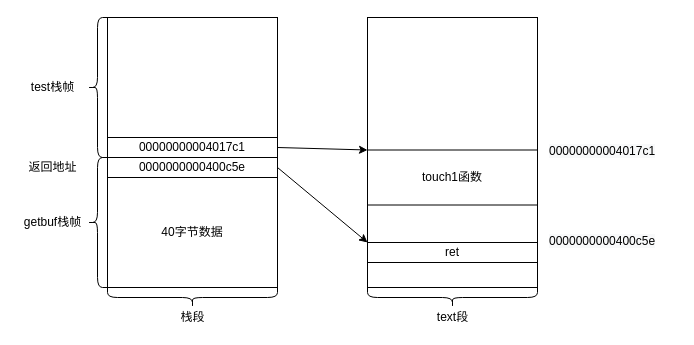
Earlier version of the draw.io diagram blog/Attaclab-Level4.drawio (Zephyrccc/ImageHostingService). Source tidied: cells renumbered, new cells numbered last; positions are measured from the earlier drawing's top-left corner, leaving out a move shared by most shapes. Both pictures are drawn from the tidied source at 100%, with x=0, y=0 at pixel (17, 17).
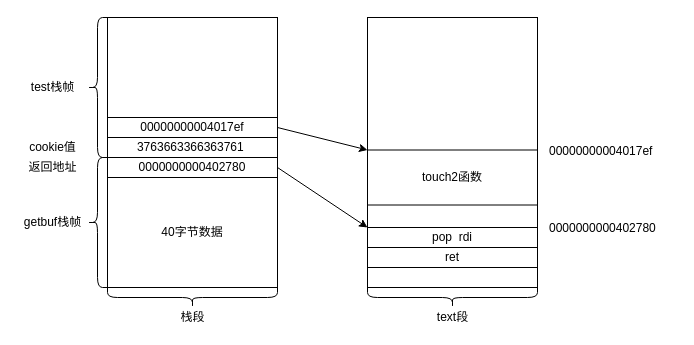
The same diagram, later.

What changed in the source:
```diff
@@
-    <mxCell id="8" value="0000000000400c5e" style="rounded=0;whiteSpace=wrap;html=1;" parent="1" vertex="1">
+    <mxCell id="8" value="0000000000402780" style="rounded=0;whiteSpace=wrap;html=1;" parent="1" vertex="1">
       <mxGeometry x="90" y="140" width="170" height="20" as="geometry" />
     </mxCell>
@@
-    <mxCell id="14" value="ret" style="rounded=0;whiteSpace=wrap;html=1;" parent="1" vertex="1">
-      <mxGeometry x="350" y="225" width="170" height="20" as="geometry" />
+    <mxCell id="14" value="pop &amp;nbsp;rdi" style="rounded=0;whiteSpace=wrap;html=1;" parent="1" vertex="1">
+      <mxGeometry x="350" y="210" width="170" height="20" as="geometry" />
     </mxCell>
-    <mxCell id="15" value="&lt;span style=&quot;color: rgb(0, 0, 0); font-family: helvetica; font-size: 12px; font-style: normal; font-weight: normal; letter-spacing: normal; text-align: center; text-indent: 0px; text-transform: none; word-spacing: 0px; background-color: rgb(248, 249, 250); text-decoration: none; display: inline; float: none;&quot;&gt;0000000000400c5e&lt;/span&gt;" style="text;whiteSpace=wrap;html=1;" parent="1" vertex="1">
-      <mxGeometry x="530" y="210" width="130" height="25" as="geometry" />
+    <mxCell id="15" value="&lt;span style=&quot;text-align: center&quot;&gt;0000000000402780&lt;/span&gt;" style="text;whiteSpace=wrap;html=1;" parent="1" vertex="1">
+      <mxGeometry x="530" y="196.5" width="130" height="25" as="geometry" />
     </mxCell>
-    <mxCell id="16" value="00000000004017c1" style="rounded=0;whiteSpace=wrap;html=1;" parent="1" vertex="1">
-      <mxGeometry x="90" y="120" width="170" height="20" as="geometry" />
+    <mxCell id="16" value="00000000004017ef" style="rounded=0;whiteSpace=wrap;html=1;" parent="1" vertex="1">
+      <mxGeometry x="90" y="100" width="170" height="20" as="geometry" />
     </mxCell>
-    <mxCell id="17" value="&lt;span style=&quot;color: rgb(0, 0, 0); font-family: helvetica; font-size: 12px; font-style: normal; font-weight: normal; letter-spacing: normal; text-align: center; text-indent: 0px; text-transform: none; word-spacing: 0px; background-color: rgb(248, 249, 250); text-decoration: none; display: inline; float: none;&quot;&gt;00000000004017c1&lt;/span&gt;" style="text;whiteSpace=wrap;html=1;" parent="1" vertex="1">
+    <mxCell id="17" value="&lt;span style=&quot;text-align: center&quot;&gt;00000000004017ef&lt;/span&gt;" style="text;whiteSpace=wrap;html=1;" parent="1" vertex="1">
       <mxGeometry x="530" y="120" width="130" height="30" as="geometry" />
     </mxCell>
-    <mxCell id="18" value="touch1函数" style="rounded=0;whiteSpace=wrap;html=1;" parent="1" vertex="1">
+    <mxCell id="18" value="touch2函数" style="rounded=0;whiteSpace=wrap;html=1;" parent="1" vertex="1">
       <mxGeometry x="350" y="132.5" width="170" height="55" as="geometry" />
     </mxCell>
-    <mxCell id="19" style="endArrow=classic;html=1;rounded=0;exitX=1;exitY=0.5;exitDx=0;exitDy=0;" parent="1" edge="1" source="8">
-      <mxGeometry relative="1" as="geometry">
-        <mxPoint x="350" y="225" as="targetPoint" />
-      </mxGeometry>
+    <mxCell id="19" style="endArrow=classic;html=1;rounded=0;exitX=1;exitY=0.5;exitDx=0;exitDy=0;entryX=0;entryY=0;entryDx=0;entryDy=0;" parent="1" edge="1" source="8" target="14">
+      <mxGeometry relative="1" as="geometry" />
     </mxCell>
@@
+    <mxCell id="22" value="ret" style="rounded=0;whiteSpace=wrap;html=1;" parent="1" vertex="1">
+      <mxGeometry x="350" y="230" width="170" height="20" as="geometry" />
+    </mxCell>
+    <mxCell id="23" value="3763663366363761&amp;nbsp;" style="rounded=0;whiteSpace=wrap;html=1;" parent="1" vertex="1">
+      <mxGeometry x="90" y="120" width="170" height="20" as="geometry" />
+    </mxCell>
+    <mxCell id="24" value="cookie值" style="text;html=1;align=center;verticalAlign=middle;strokeColor=none;fillColor=none;" parent="1" vertex="1">
+      <mxGeometry x="5" y="120" width="60" height="20" as="geometry" />
+    </mxCell>
```
